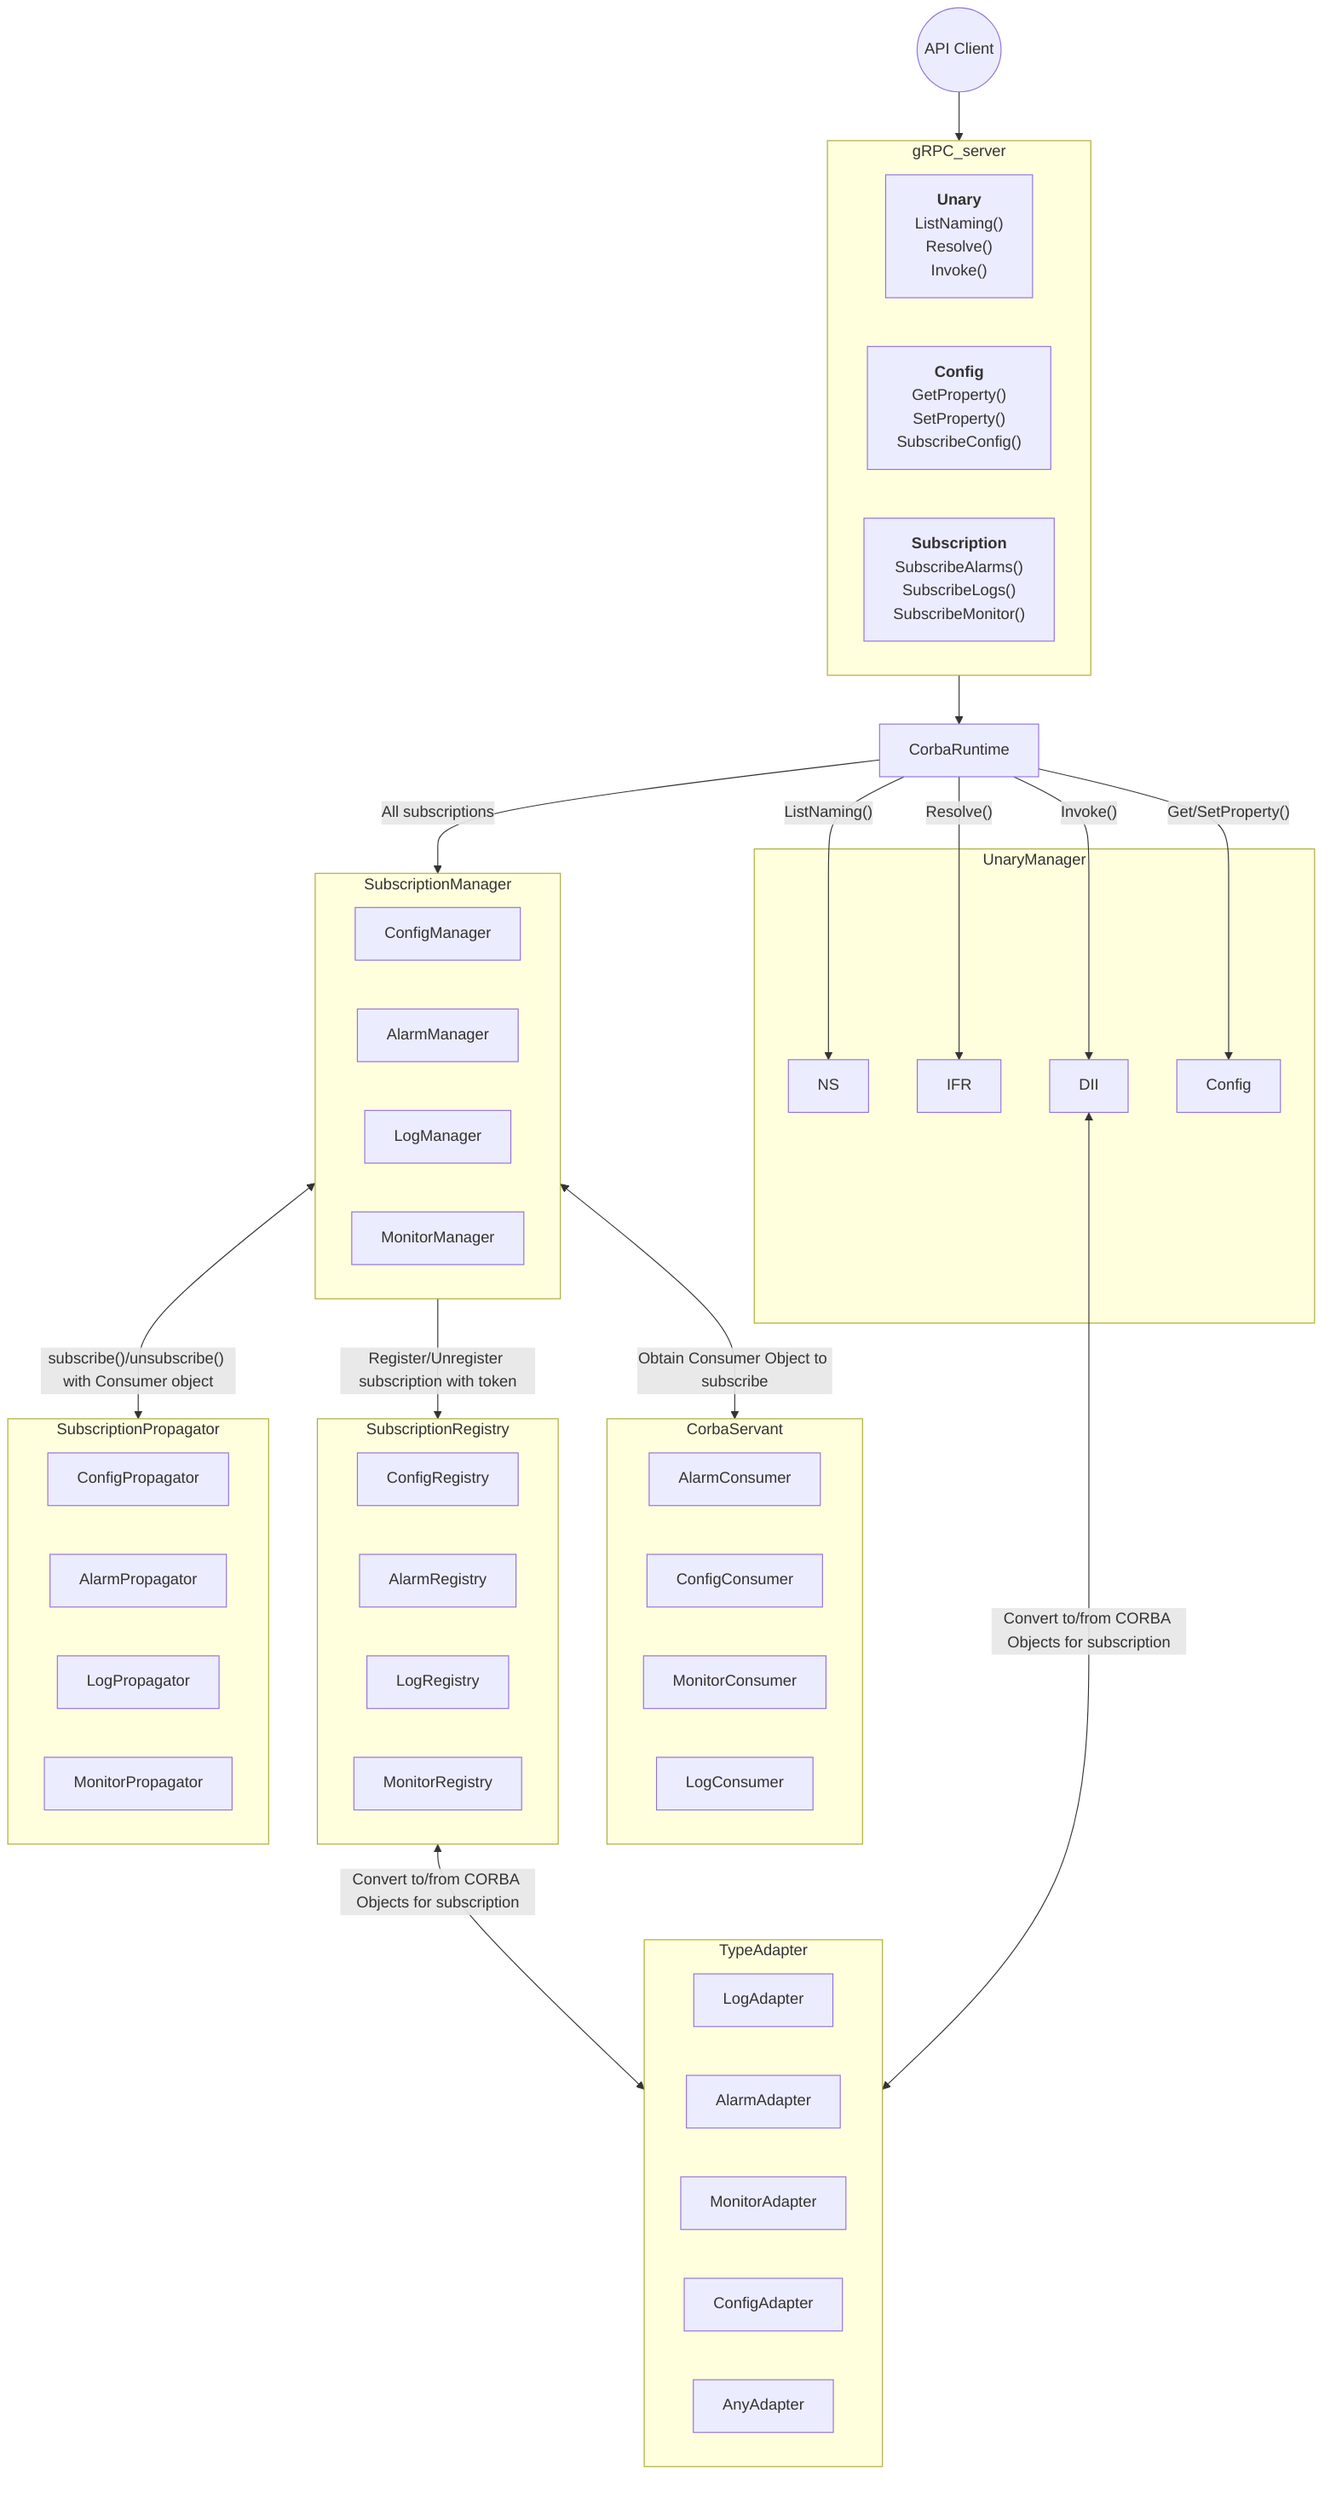
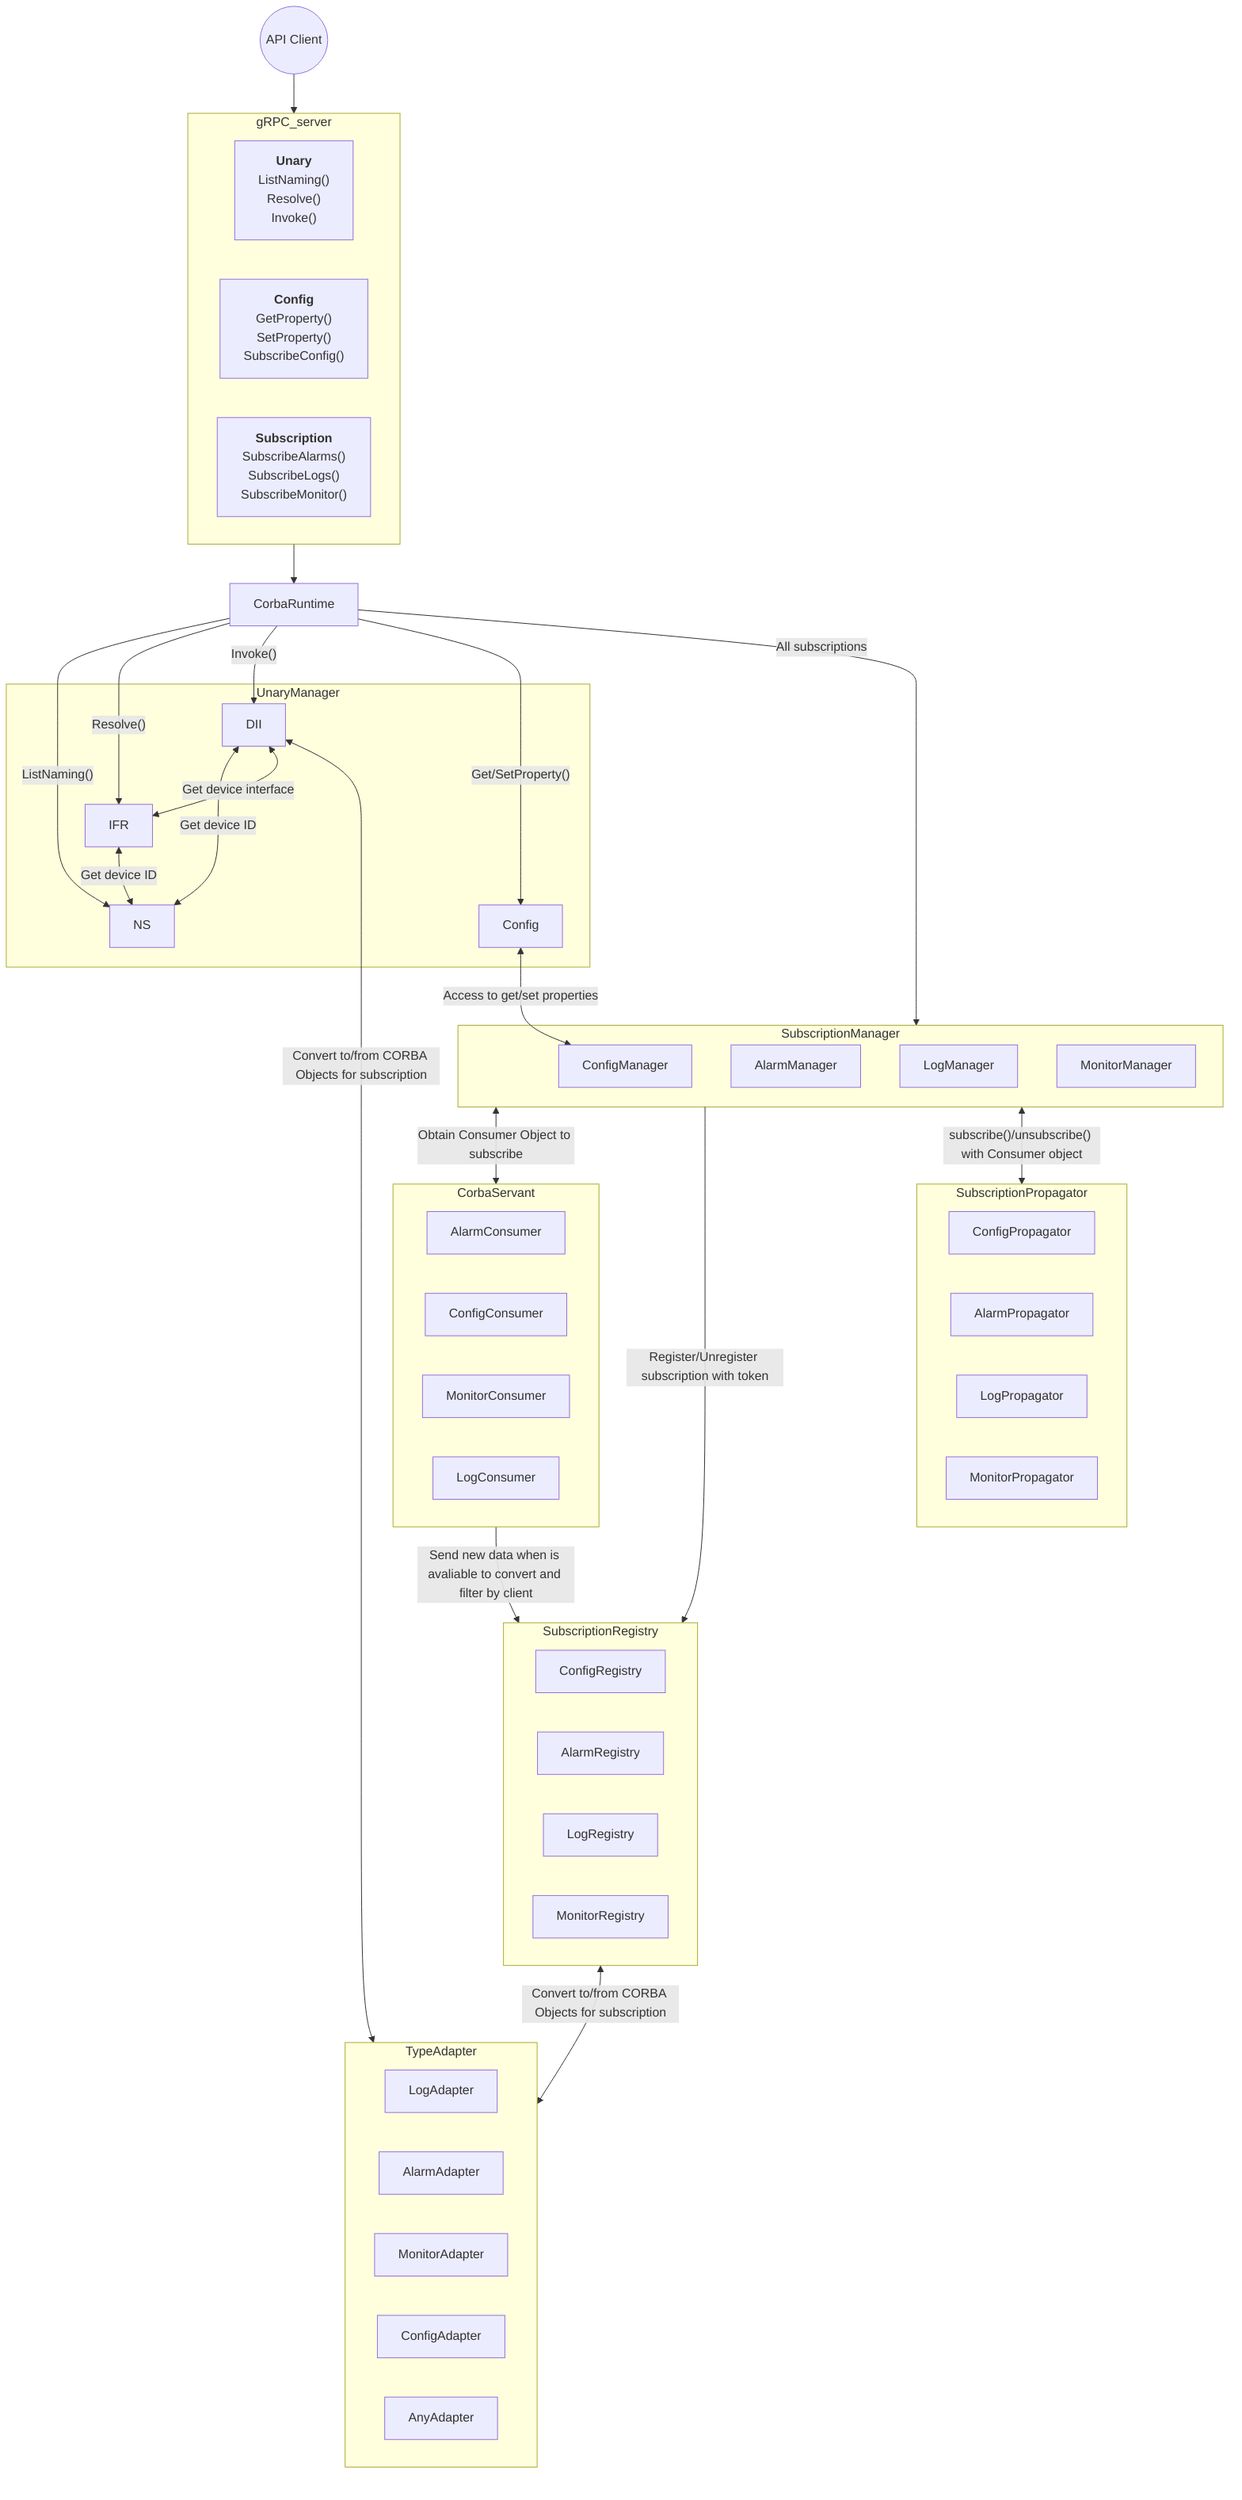
flowchart TD

start((API Client))

subgraph gRPC_server
    unary["`
            **Unary**
            ListNaming()
            Resolve()
            Invoke()
            `"]

    config["`
            **Config**
            GetProperty()
            SetProperty()
            SubscribeConfig()
            `"]

    subscription["`
            **Subscription**
            SubscribeAlarms()
            SubscribeLogs()
            SubscribeMonitor()
            `"]
end

subgraph "UnaryManager"
    NS
    IFR
    DII
    Config
end

subgraph SubscriptionManager
    ConfigManager
    AlarmManager
    LogManager
    MonitorManager
end

subgraph CorbaServant
    AlarmConsumer
    ConfigConsumer
    MonitorConsumer
    LogConsumer
end

subgraph TypeAdapter
    LogAdapter
    AlarmAdapter
    MonitorAdapter
    ConfigAdapter
    AnyAdapter
end

subgraph SubscriptionRegistry
    ConfigRegistry
    AlarmRegistry
    LogRegistry
    MonitorRegistry
end

subgraph SubscriptionPropagator
    ConfigPropagator
    AlarmPropagator
    LogPropagator
    MonitorPropagator
end

start --> gRPC_server
gRPC_server --> CorbaRuntime
CorbaRuntime --ListNaming()--> NS
CorbaRuntime --Resolve()--> IFR
+ IFR <--Get device ID--> NS
CorbaRuntime --Invoke()--> DII
- CorbaRuntime --Get/SetProperty()--> Config
+ DII <--Get device ID--> NS
+ DII <--Get device interface--> IFR
+ CorbaRuntime --Get/SetProperty()----> Config
+ Config <--Access to get/set properties--> ConfigManager
CorbaRuntime --All subscriptions--> SubscriptionManager
SubscriptionManager <--Obtain Consumer Object to subscribe--> CorbaServant
SubscriptionManager --Register/Unregister subscription with token--> SubscriptionRegistry
SubscriptionManager <--subscribe()/unsubscribe() with Consumer object--> SubscriptionPropagator
+ CorbaServant --Send new data when is avaliable to convert and filter by client--> SubscriptionRegistry
SubscriptionRegistry <--Convert to/from CORBA Objects for subscription--> TypeAdapter
DII <--Convert to/from CORBA Objects for subscription--> TypeAdapter
